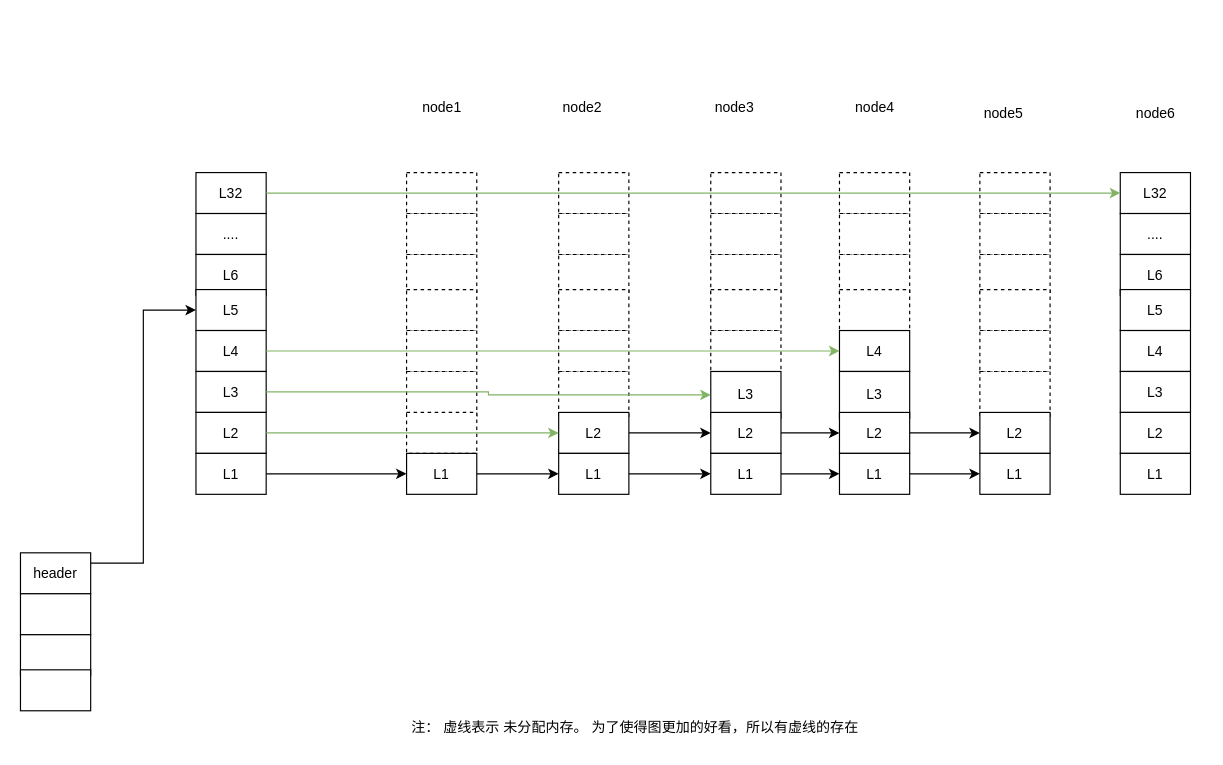
ffashion/drawio keeps this draw.io diagram as skiplist.drawio. Above is the earlier version. Source tidied: cells renumbered, new cells numbered last; positions are measured from the earlier drawing's top-left corner, leaving out a move shared by most shapes. Both pictures are drawn from the tidied source at 117%, with x=0, y=0 at pixel (20, 90).
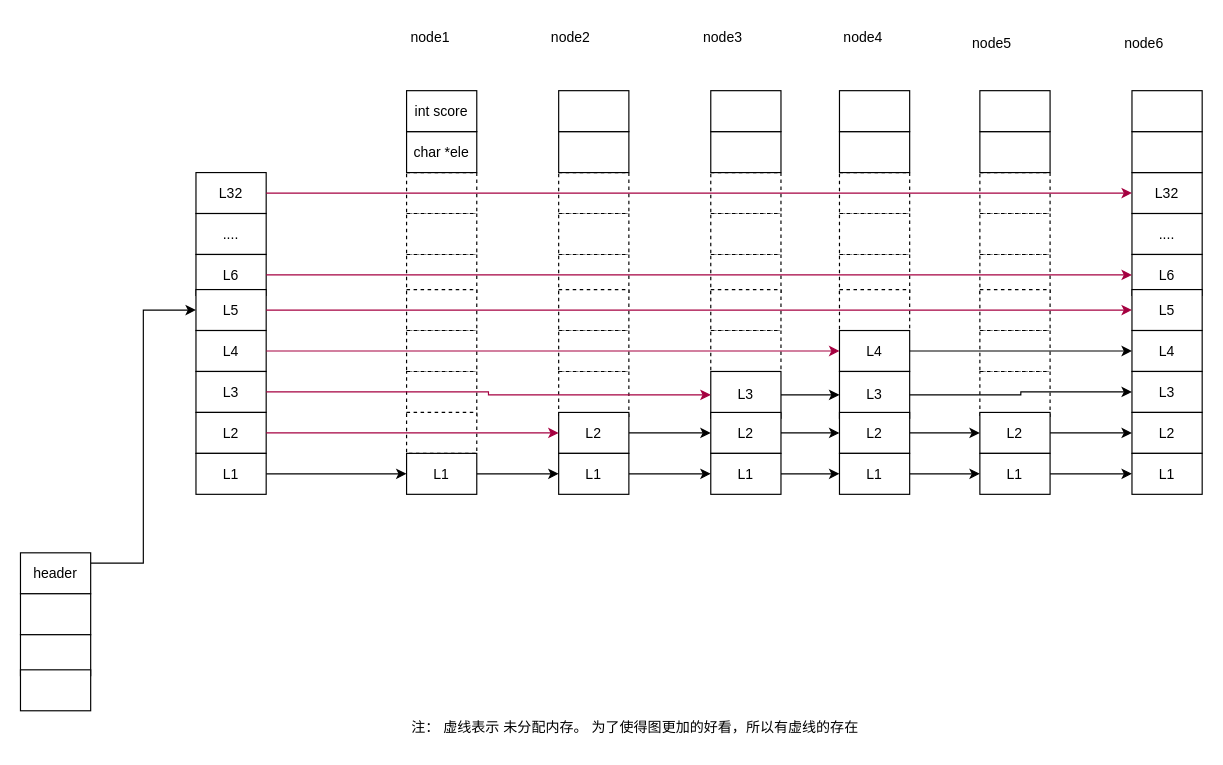
The same page after the edit.

Unchanged cells that the change refers to:
```xml
<mxCell id="7" value="L32" style="rounded=0;whiteSpace=wrap;html=1;" parent="1" vertex="1">
  <mxGeometry x="150" y="70" width="60" height="35" as="geometry" />
</mxCell>
<mxCell id="9" value="L6" style="rounded=0;whiteSpace=wrap;html=1;" parent="1" vertex="1">
  <mxGeometry x="150" y="140" width="60" height="35" as="geometry" />
</mxCell>
<mxCell id="10" value="L5" style="rounded=0;whiteSpace=wrap;html=1;" parent="1" vertex="1">
  <mxGeometry x="150" y="170" width="60" height="35" as="geometry" />
</mxCell>
<mxCell id="11" value="L4" style="rounded=0;whiteSpace=wrap;html=1;" parent="1" vertex="1">
  <mxGeometry x="150" y="205" width="60" height="35" as="geometry" />
</mxCell>
<mxCell id="12" value="L3" style="rounded=0;whiteSpace=wrap;html=1;" parent="1" vertex="1">
  <mxGeometry x="150" y="240" width="60" height="35" as="geometry" />
</mxCell>
<mxCell id="13" value="L2" style="rounded=0;whiteSpace=wrap;html=1;" parent="1" vertex="1">
  <mxGeometry x="150" y="275" width="60" height="35" as="geometry" />
</mxCell>
<mxCell id="23" value="L2" style="rounded=0;whiteSpace=wrap;html=1;labelBorderColor=none;labelBackgroundColor=none;" parent="1" vertex="1">
  <mxGeometry x="460" y="275" width="60" height="35" as="geometry" />
</mxCell>
<mxCell id="40" value="L3" style="rounded=0;whiteSpace=wrap;html=1;" parent="1" vertex="1">
  <mxGeometry x="590" y="240" width="60" height="40" as="geometry" />
</mxCell>
<mxCell id="49" value="L4" style="rounded=0;whiteSpace=wrap;html=1;" parent="1" vertex="1">
  <mxGeometry x="700" y="205" width="60" height="35" as="geometry" />
</mxCell>
<mxCell id="50" value="L3" style="rounded=0;whiteSpace=wrap;html=1;" parent="1" vertex="1">
  <mxGeometry x="700" y="240" width="60" height="40" as="geometry" />
</mxCell>
<mxCell id="65" value="L2" style="rounded=0;whiteSpace=wrap;html=1;labelBorderColor=none;labelBackgroundColor=none;" parent="1" vertex="1">
  <mxGeometry x="820" y="275" width="60" height="35" as="geometry" />
</mxCell>
<mxCell id="66" value="L1" style="rounded=0;whiteSpace=wrap;html=1;" parent="1" vertex="1">
  <mxGeometry x="820" y="310" width="60" height="35" as="geometry" />
</mxCell>
```

The edit, as a diff of the source:
```diff
@@
+    <mxCell id="82" style="edgeStyle=orthogonalEdgeStyle;rounded=0;jettySize=auto;html=1;exitX=1;exitY=0.5;exitDx=0;exitDy=0;entryX=0;entryY=0.5;entryDx=0;entryDy=0;" parent="1" edge="1" source="40" target="50">
+      <mxGeometry relative="1" as="geometry" />
+    </mxCell>
@@
-    <mxCell id="55" style="edgeStyle=orthogonalEdgeStyle;rounded=0;jettySize=auto;html=1;exitX=1;exitY=0.5;exitDx=0;exitDy=0;entryX=0;entryY=0.5;entryDx=0;entryDy=0;fillColor=#d5e8d4;strokeColor=#82b366;" parent="1" edge="1" source="13" target="23">
+    <mxCell id="55" style="edgeStyle=orthogonalEdgeStyle;rounded=0;jettySize=auto;html=1;exitX=1;exitY=0.5;exitDx=0;exitDy=0;entryX=0;entryY=0.5;entryDx=0;entryDy=0;fillColor=#d80073;strokeColor=#A50040;" parent="1" edge="1" source="13" target="23">
       <mxGeometry relative="1" as="geometry" />
     </mxCell>
-    <mxCell id="56" style="edgeStyle=orthogonalEdgeStyle;rounded=0;jettySize=auto;html=1;exitX=1;exitY=0.5;exitDx=0;exitDy=0;fillColor=#d5e8d4;strokeColor=#82b366;" parent="1" edge="1" source="11" target="49">
+    <mxCell id="56" style="edgeStyle=orthogonalEdgeStyle;rounded=0;jettySize=auto;html=1;exitX=1;exitY=0.5;exitDx=0;exitDy=0;fillColor=#d80073;strokeColor=#A50040;" parent="1" edge="1" source="11" target="49">
       <mxGeometry relative="1" as="geometry" />
     </mxCell>
-    <mxCell id="57" style="edgeStyle=orthogonalEdgeStyle;rounded=0;jettySize=auto;html=1;exitX=1;exitY=0.5;exitDx=0;exitDy=0;entryX=0;entryY=0.5;entryDx=0;entryDy=0;fillColor=#d5e8d4;strokeColor=#82b366;" parent="1" edge="1" source="12" target="40">
+    <mxCell id="57" style="edgeStyle=orthogonalEdgeStyle;rounded=0;jettySize=auto;html=1;exitX=1;exitY=0.5;exitDx=0;exitDy=0;entryX=0;entryY=0.5;entryDx=0;entryDy=0;fillColor=#d80073;strokeColor=#A50040;" parent="1" edge="1" source="12" target="40">
       <mxGeometry relative="1" as="geometry" />
     </mxCell>
     <mxCell id="58" value="node1" style="text;html=1;align=center;verticalAlign=middle;strokeColor=none;fillColor=none;" parent="1" vertex="1">
-      <mxGeometry x="330" width="60" height="30" as="geometry" />
+      <mxGeometry x="320" y="-60" width="60" height="30" as="geometry" />
     </mxCell>
@@
+    <mxCell id="83" style="edgeStyle=orthogonalEdgeStyle;rounded=0;jettySize=auto;html=1;exitX=1;exitY=0.5;exitDx=0;exitDy=0;entryX=0;entryY=0.5;entryDx=0;entryDy=0;" parent="1" edge="1" source="65" target="79">
+      <mxGeometry relative="1" as="geometry" />
+    </mxCell>
@@
+    <mxCell id="84" style="edgeStyle=orthogonalEdgeStyle;rounded=0;jettySize=auto;html=1;exitX=1;exitY=0.5;exitDx=0;exitDy=0;entryX=0;entryY=0.5;entryDx=0;entryDy=0;" parent="1" edge="1" source="66" target="80">
+      <mxGeometry relative="1" as="geometry" />
+    </mxCell>
@@
     <mxCell id="67" value="node2" style="text;html=1;align=center;verticalAlign=middle;strokeColor=none;fillColor=none;" parent="1" vertex="1">
-      <mxGeometry x="450" width="60" height="30" as="geometry" />
+      <mxGeometry x="440" y="-60" width="60" height="30" as="geometry" />
     </mxCell>
     <mxCell id="68" value="node3" style="text;html=1;align=center;verticalAlign=middle;strokeColor=none;fillColor=none;" parent="1" vertex="1">
-      <mxGeometry x="580" width="60" height="30" as="geometry" />
+      <mxGeometry x="570" y="-60" width="60" height="30" as="geometry" />
     </mxCell>
     <mxCell id="69" value="node4" style="text;html=1;align=center;verticalAlign=middle;strokeColor=none;fillColor=none;" parent="1" vertex="1">
-      <mxGeometry x="700" width="60" height="30" as="geometry" />
+      <mxGeometry x="690" y="-60" width="60" height="30" as="geometry" />
     </mxCell>
     <mxCell id="70" value="node5" style="text;html=1;align=center;verticalAlign=middle;strokeColor=none;fillColor=none;" parent="1" vertex="1">
-      <mxGeometry x="810" y="5" width="60" height="30" as="geometry" />
+      <mxGeometry x="800" y="-55" width="60" height="30" as="geometry" />
     </mxCell>
@@
     <mxCell id="72" value="node6" style="text;html=1;align=center;verticalAlign=middle;strokeColor=none;fillColor=none;" parent="1" vertex="1">
-      <mxGeometry x="940" y="5" width="60" height="30" as="geometry" />
+      <mxGeometry x="930" y="-55" width="60" height="30" as="geometry" />
     </mxCell>
     <mxCell id="73" value="L32" style="rounded=0;whiteSpace=wrap;html=1;" parent="1" vertex="1">
-      <mxGeometry x="940" y="70" width="60" height="35" as="geometry" />
+      <mxGeometry x="950" y="70" width="60" height="35" as="geometry" />
     </mxCell>
     <mxCell id="74" value="...." style="rounded=0;whiteSpace=wrap;html=1;" parent="1" vertex="1">
-      <mxGeometry x="940" y="105" width="60" height="35" as="geometry" />
+      <mxGeometry x="950" y="105" width="60" height="35" as="geometry" />
     </mxCell>
     <mxCell id="75" value="L6" style="rounded=0;whiteSpace=wrap;html=1;" parent="1" vertex="1">
-      <mxGeometry x="940" y="140" width="60" height="35" as="geometry" />
+      <mxGeometry x="950" y="140" width="60" height="35" as="geometry" />
     </mxCell>
     <mxCell id="76" value="L5" style="rounded=0;whiteSpace=wrap;html=1;" parent="1" vertex="1">
-      <mxGeometry x="940" y="170" width="60" height="35" as="geometry" />
+      <mxGeometry x="950" y="170" width="60" height="35" as="geometry" />
     </mxCell>
     <mxCell id="77" value="L4" style="rounded=0;whiteSpace=wrap;html=1;" parent="1" vertex="1">
-      <mxGeometry x="940" y="205" width="60" height="35" as="geometry" />
+      <mxGeometry x="950" y="205" width="60" height="35" as="geometry" />
     </mxCell>
     <mxCell id="78" value="L3" style="rounded=0;whiteSpace=wrap;html=1;" parent="1" vertex="1">
-      <mxGeometry x="940" y="240" width="60" height="35" as="geometry" />
+      <mxGeometry x="950" y="240" width="60" height="35" as="geometry" />
     </mxCell>
     <mxCell id="79" value="L2" style="rounded=0;whiteSpace=wrap;html=1;" parent="1" vertex="1">
-      <mxGeometry x="940" y="275" width="60" height="35" as="geometry" />
+      <mxGeometry x="950" y="275" width="60" height="35" as="geometry" />
     </mxCell>
     <mxCell id="80" value="L1" style="rounded=0;whiteSpace=wrap;html=1;" parent="1" vertex="1">
-      <mxGeometry x="940" y="310" width="60" height="35" as="geometry" />
+      <mxGeometry x="950" y="310" width="60" height="35" as="geometry" />
     </mxCell>
-    <mxCell id="81" style="edgeStyle=orthogonalEdgeStyle;rounded=0;jettySize=auto;html=1;exitX=1;exitY=0.5;exitDx=0;exitDy=0;fillColor=#d5e8d4;strokeColor=#82b366;" parent="1" edge="1" source="7" target="73">
+    <mxCell id="81" style="edgeStyle=orthogonalEdgeStyle;rounded=0;jettySize=auto;html=1;exitX=1;exitY=0.5;exitDx=0;exitDy=0;fillColor=#d80073;strokeColor=#A50040;" parent="1" edge="1" source="7" target="73">
       <mxGeometry relative="1" as="geometry" />
     </mxCell>
+    <mxCell id="85" style="edgeStyle=orthogonalEdgeStyle;rounded=0;jettySize=auto;html=1;exitX=1;exitY=0.5;exitDx=0;exitDy=0;" parent="1" edge="1" source="49" target="77">
+      <mxGeometry relative="1" as="geometry" />
+    </mxCell>
+    <mxCell id="86" style="edgeStyle=orthogonalEdgeStyle;rounded=0;jettySize=auto;html=1;exitX=1;exitY=0.5;exitDx=0;exitDy=0;entryX=0;entryY=0.5;entryDx=0;entryDy=0;" parent="1" edge="1" source="50" target="78">
+      <mxGeometry relative="1" as="geometry" />
+    </mxCell>
+    <mxCell id="87" style="edgeStyle=orthogonalEdgeStyle;rounded=0;jettySize=auto;html=1;exitX=1;exitY=0.5;exitDx=0;exitDy=0;fillColor=#d80073;strokeColor=#A50040;" parent="1" edge="1" source="9" target="75">
+      <mxGeometry relative="1" as="geometry" />
+    </mxCell>
+    <mxCell id="88" style="edgeStyle=orthogonalEdgeStyle;rounded=0;jettySize=auto;html=1;exitX=1;exitY=0.5;exitDx=0;exitDy=0;entryX=0;entryY=0.5;entryDx=0;entryDy=0;fillColor=#d80073;strokeColor=#A50040;" parent="1" edge="1" source="10" target="76">
+      <mxGeometry relative="1" as="geometry" />
+    </mxCell>
+    <mxCell id="89" value="char *ele" style="rounded=0;whiteSpace=wrap;html=1;" parent="1" vertex="1">
+      <mxGeometry x="330" y="35" width="60" height="35" as="geometry" />
+    </mxCell>
+    <mxCell id="90" value="int score" style="rounded=0;whiteSpace=wrap;html=1;" parent="1" vertex="1">
+      <mxGeometry x="330" width="60" height="35" as="geometry" />
+    </mxCell>
+    <mxCell id="91" style="rounded=0;whiteSpace=wrap;html=1;" parent="1" vertex="1">
+      <mxGeometry x="460" y="35" width="60" height="35" as="geometry" />
+    </mxCell>
+    <mxCell id="92" style="rounded=0;whiteSpace=wrap;html=1;" parent="1" vertex="1">
+      <mxGeometry x="460" width="60" height="35" as="geometry" />
+    </mxCell>
+    <mxCell id="93" style="rounded=0;whiteSpace=wrap;html=1;" parent="1" vertex="1">
+      <mxGeometry x="590" y="35" width="60" height="35" as="geometry" />
+    </mxCell>
+    <mxCell id="94" style="rounded=0;whiteSpace=wrap;html=1;" parent="1" vertex="1">
+      <mxGeometry x="590" width="60" height="35" as="geometry" />
+    </mxCell>
+    <mxCell id="95" style="rounded=0;whiteSpace=wrap;html=1;" parent="1" vertex="1">
+      <mxGeometry x="700" y="35" width="60" height="35" as="geometry" />
+    </mxCell>
+    <mxCell id="96" style="rounded=0;whiteSpace=wrap;html=1;" parent="1" vertex="1">
+      <mxGeometry x="700" width="60" height="35" as="geometry" />
+    </mxCell>
+    <mxCell id="97" style="rounded=0;whiteSpace=wrap;html=1;" parent="1" vertex="1">
+      <mxGeometry x="820" y="35" width="60" height="35" as="geometry" />
+    </mxCell>
+    <mxCell id="98" style="rounded=0;whiteSpace=wrap;html=1;" parent="1" vertex="1">
+      <mxGeometry x="820" width="60" height="35" as="geometry" />
+    </mxCell>
+    <mxCell id="99" style="rounded=0;whiteSpace=wrap;html=1;" parent="1" vertex="1">
+      <mxGeometry x="950" y="35" width="60" height="35" as="geometry" />
+    </mxCell>
+    <mxCell id="100" style="rounded=0;whiteSpace=wrap;html=1;" parent="1" vertex="1">
+      <mxGeometry x="950" width="60" height="35" as="geometry" />
+    </mxCell>
```
